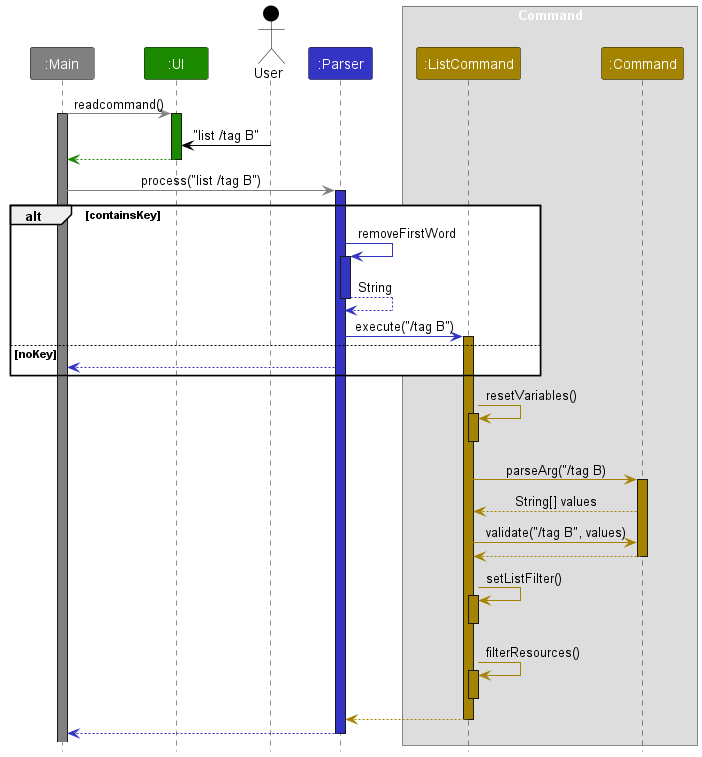
This is docs/images/ListSequenceDiagram.png from yingx9/tp, a PlantUML export, as it was before one commit.
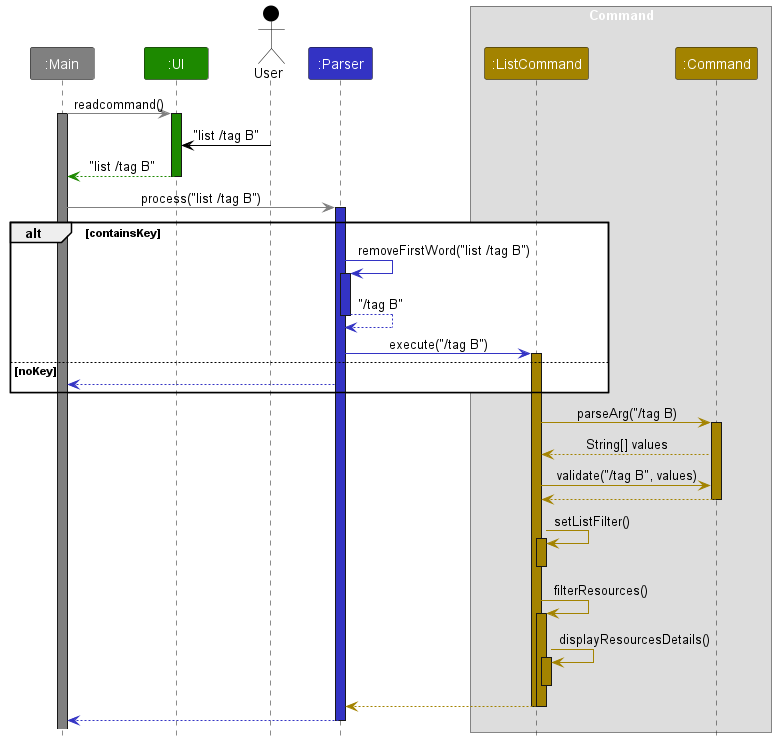
Above is the later version.

Commit message:
Update ListCommand and List Implementation of DG

The edit, as a diff of the source:
```diff
@@ -26,15 +26,15 @@
 
 user -[USER_COLOR]> UI : "list /tag B"
 
-UI --[UI_COLOR]> MAIN
+UI --[UI_COLOR]> MAIN : "list /tag B"
 deactivate UI  UI_COLOR
 MAIN -[#grey]> PARSER : process("list /tag B")
 activate PARSER PARSER_COLOR
 
 alt containsKey
-    PARSER -[PARSER_COLOR]> PARSER: removeFirstWord
+    PARSER -[PARSER_COLOR]> PARSER: removeFirstWord("list /tag B")
     activate PARSER PARSER_COLOR
-     PARSER --[PARSER_COLOR]> PARSER : String
+     PARSER --[PARSER_COLOR]> PARSER : "/tag B"
     deactivate PARSER PARSER_COLOR
     PARSER -[PARSER_COLOR]> LISTCOMMAND: execute("/tag B")
     activate LISTCOMMAND COMMAND_COLOR
@@ -42,9 +42,6 @@
     PARSER --[PARSER_COLOR]> MAIN :
 end
 
-LISTCOMMAND -[COMMAND_COLOR]> LISTCOMMAND : resetVariables()
-activate LISTCOMMAND COMMAND_COLOR
-deactivate LISTCOMMAND COMMAND_COLOR
 
 LISTCOMMAND -[COMMAND_COLOR]> COMMAND : parseArg("/tag B)
 activate COMMAND COMMAND_COLOR
@@ -60,10 +57,16 @@
 
 LISTCOMMAND -[COMMAND_COLOR]> LISTCOMMAND : filterResources()
 activate LISTCOMMAND COMMAND_COLOR
+
+LISTCOMMAND -[COMMAND_COLOR]> LISTCOMMAND : displayResourcesDetails()
+activate LISTCOMMAND COMMAND_COLOR
 deactivate LISTCOMMAND COMMAND_COLOR
 
 LISTCOMMAND --[COMMAND_COLOR]> PARSER
 deactivate LISTCOMMAND COMMAND_COLOR
+deactivate LISTCOMMAND COMMAND_COLOR
+
+
 PARSER --[PARSER_COLOR]> MAIN :
 deactivate PARSER PARSER_COLOR
 @enduml
```
